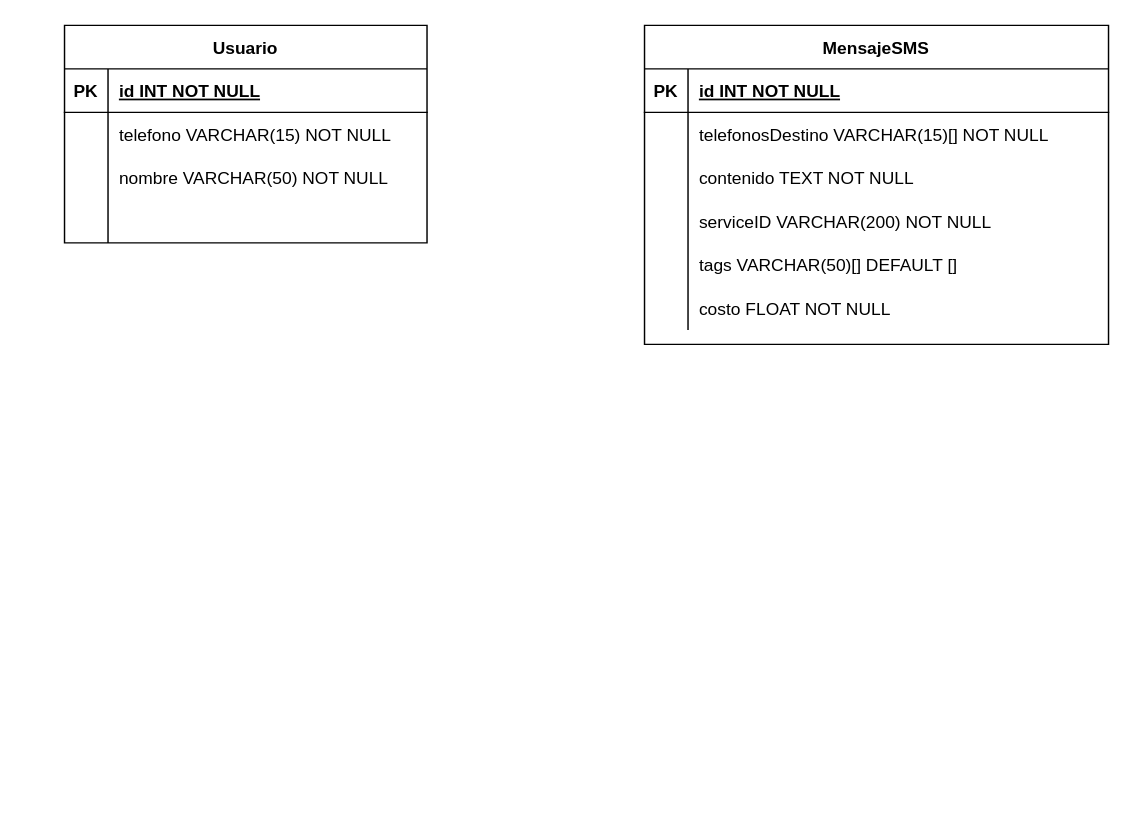
This is draw.io/TablasAxel.drawio from drakuno/diagramas-patitas, a draw.io file, before an edit. Source tidied: cells renumbered, new cells numbered last; positions are measured from the earlier drawing's top-left corner, leaving out a move shared by most shapes. Both pictures are drawn from the tidied source at 145%, with x=0, y=0 at pixel (64, 25).
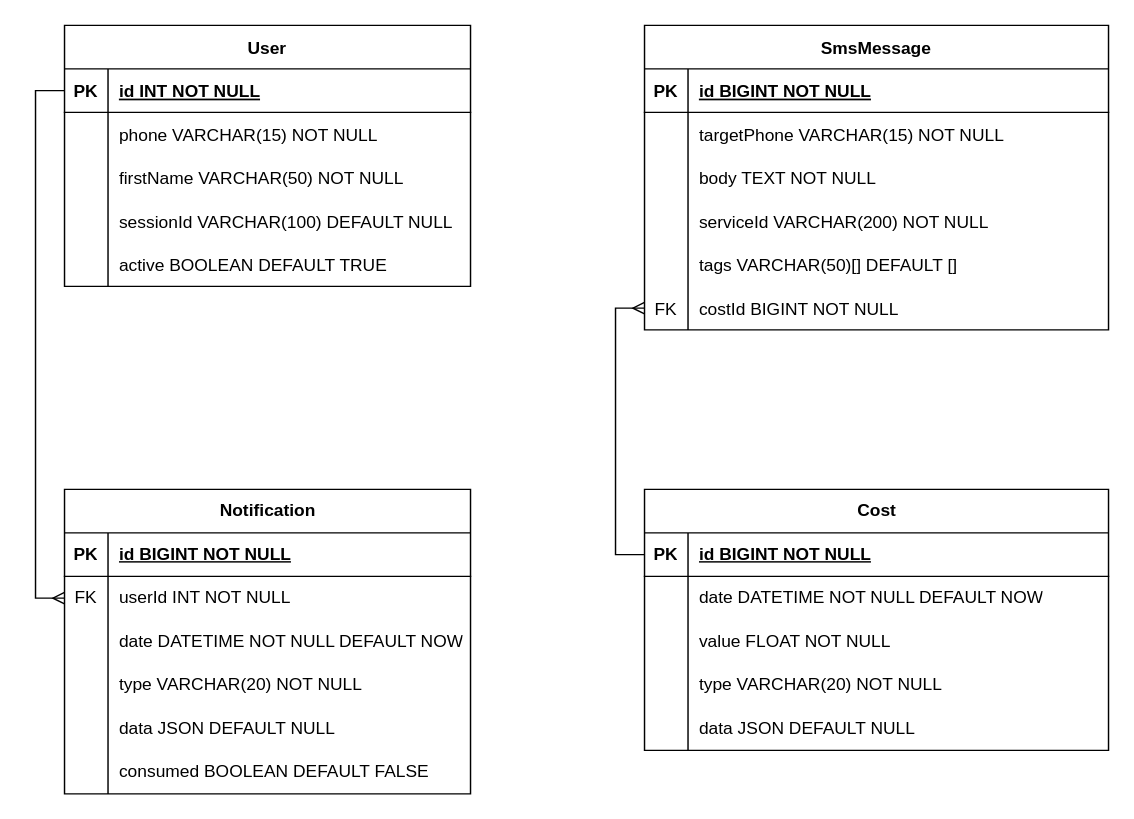
After the change.

Unchanged cells that the change refers to:
```xml
<mxCell id="3" style="shape=partialRectangle;fillColor=none;top=0;left=0;right=0;bottom=1;" parent="2" vertex="1">
  <mxGeometry y="30" width="320" height="30" as="geometry" />
</mxCell>
<mxCell id="6" style="shape=partialRectangle;fillColor=none;top=0;left=0;right=0;bottom=0;" parent="2" vertex="1">
  <mxGeometry y="60" width="320" height="30" as="geometry" />
</mxCell>
<mxCell id="9" style="shape=partialRectangle;fillColor=none;top=0;left=0;right=0;bottom=0;" parent="2" vertex="1">
  <mxGeometry y="90" width="320" height="30" as="geometry" />
</mxCell>
<mxCell id="12" style="shape=partialRectangle;fillColor=none;top=0;left=0;right=0;bottom=0;" parent="2" vertex="1">
  <mxGeometry y="120" width="320" height="30" as="geometry" />
</mxCell>
<mxCell id="18" style="shape=partialRectangle;fillColor=none;points=[[0,0.5],[1,0.5]];portConstraint=eastwest;top=0;left=0;right=0;bottom=0;" parent="2" vertex="1">
  <mxGeometry y="180" width="320" height="30" as="geometry" />
</mxCell>
```

Change to the diagram source:
```diff
@@
-    <mxCell id="2" value="MensajeSMS" style="shape=table;startSize=30;childLayout=tableLayout;rowLines=0;fontStyle=1;align=center;" parent="1" vertex="1">
-      <mxGeometry x="400" width="320" height="220" as="geometry" />
+    <mxCell id="2" value="SmsMessage" style="shape=table;startSize=30;childLayout=tableLayout;rowLines=0;fontStyle=1;align=center;" parent="1" vertex="1">
+      <mxGeometry x="400" width="320" height="210" as="geometry" />
     </mxCell>
@@
-    <mxCell id="5" value="id INT NOT NULL" style="shape=partialRectangle;overflow=hidden;fillColor=none;top=0;left=0;bottom=0;right=0;align=left;spacingLeft=6;fontStyle=5;" parent="3" vertex="1">
+    <mxCell id="5" value="id BIGINT NOT NULL" style="shape=partialRectangle;overflow=hidden;fillColor=none;top=0;left=0;bottom=0;right=0;align=left;spacingLeft=6;fontStyle=5;" parent="3" vertex="1">
       <mxGeometry x="30" width="290" height="30" as="geometry" />
     </mxCell>
@@
-    <mxCell id="8" value="telefonosDestino VARCHAR(15)[] NOT NULL" style="shape=partialRectangle;overflow=hidden;fillColor=none;top=0;left=0;bottom=0;right=0;align=left;spacingLeft=6;" parent="6" vertex="1">
+    <mxCell id="8" value="targetPhone VARCHAR(15) NOT NULL" style="shape=partialRectangle;overflow=hidden;fillColor=none;top=0;left=0;bottom=0;right=0;align=left;spacingLeft=6;" parent="6" vertex="1">
       <mxGeometry x="30" width="290" height="30" as="geometry" />
     </mxCell>
@@
-    <mxCell id="11" value="contenido TEXT NOT NULL" style="shape=partialRectangle;overflow=hidden;fillColor=none;top=0;left=0;bottom=0;right=0;align=left;spacingLeft=6;" parent="9" vertex="1">
+    <mxCell id="11" value="body TEXT NOT NULL" style="shape=partialRectangle;overflow=hidden;fillColor=none;top=0;left=0;bottom=0;right=0;align=left;spacingLeft=6;" parent="9" vertex="1">
       <mxGeometry x="30" width="290" height="30" as="geometry" />
     </mxCell>
@@
-    <mxCell id="14" value="serviceID VARCHAR(200) NOT NULL" style="shape=partialRectangle;overflow=hidden;fillColor=none;top=0;left=0;bottom=0;right=0;align=left;spacingLeft=6;" parent="12" vertex="1">
+    <mxCell id="14" value="serviceId VARCHAR(200) NOT NULL" style="shape=partialRectangle;overflow=hidden;fillColor=none;top=0;left=0;bottom=0;right=0;align=left;spacingLeft=6;" parent="12" vertex="1">
       <mxGeometry x="30" width="290" height="30" as="geometry" />
     </mxCell>
@@
-    <mxCell id="19" style="shape=partialRectangle;overflow=hidden;fillColor=none;top=0;left=0;bottom=0;right=0;" parent="18" vertex="1">
-      <mxGeometry width="30" height="30" as="geometry" />
-    </mxCell>
-    <mxCell id="20" value="costo FLOAT NOT NULL" style="shape=partialRectangle;overflow=hidden;fillColor=none;top=0;left=0;bottom=0;right=0;align=left;spacingLeft=6;" parent="18" vertex="1">
-      <mxGeometry x="30" width="290" height="30" as="geometry" />
-    </mxCell>
+    <mxCell id="34" value="FK" style="shape=partialRectangle;overflow=hidden;fillColor=none;top=0;left=0;bottom=0;right=0;" parent="18" vertex="1">
+      <mxGeometry width="30" height="30" as="geometry" />
+    </mxCell>
+    <mxCell id="35" value="costId BIGINT NOT NULL" style="shape=partialRectangle;overflow=hidden;fillColor=none;top=0;left=0;bottom=0;right=0;align=left;spacingLeft=6;" parent="18" vertex="1">
+      <mxGeometry x="30" width="290" height="30" as="geometry" />
+    </mxCell>
-    <mxCell id="21" value="Usuario" style="shape=table;startSize=30;childLayout=tableLayout;rowLines=0;fontStyle=1;align=center;columnLines=1;swimlaneFillColor=none;" parent="1" vertex="1">
-      <mxGeometry width="250" height="150" as="geometry" />
+    <mxCell id="21" value="User" style="shape=table;startSize=30;childLayout=tableLayout;rowLines=0;fontStyle=1;align=center;columnLines=1;swimlaneFillColor=none;" parent="1" vertex="1">
+      <mxGeometry width="280" height="180" as="geometry" />
     </mxCell>
     <mxCell id="22" style="shape=partialRectangle;fillColor=none;points=[[0,0.5],[1,0.5]];portConstraint=eastwest;top=0;left=0;right=0;bottom=1;" parent="21" vertex="1">
-      <mxGeometry y="30" width="250" height="30" as="geometry" />
+      <mxGeometry y="30" width="280" height="30" as="geometry" />
     </mxCell>
@@
     <mxCell id="24" value="id INT NOT NULL" style="shape=partialRectangle;overflow=hidden;fillColor=none;top=0;left=0;bottom=0;right=0;align=left;spacingLeft=6;fontStyle=5;" parent="22" vertex="1">
-      <mxGeometry x="30" width="220" height="30" as="geometry" />
+      <mxGeometry x="30" width="250" height="30" as="geometry" />
     </mxCell>
     <mxCell id="25" style="shape=partialRectangle;fillColor=none;top=0;left=0;right=0;bottom=0;" parent="21" vertex="1">
-      <mxGeometry y="60" width="250" height="30" as="geometry" />
+      <mxGeometry y="60" width="280" height="30" as="geometry" />
     </mxCell>
@@
-    <mxCell id="27" value="telefono VARCHAR(15) NOT NULL" style="shape=partialRectangle;overflow=hidden;fillColor=none;top=0;left=0;bottom=0;right=0;align=left;spacingLeft=6;" parent="25" vertex="1">
-      <mxGeometry x="30" width="220" height="30" as="geometry" />
+    <mxCell id="27" value="phone VARCHAR(15) NOT NULL" style="shape=partialRectangle;overflow=hidden;fillColor=none;top=0;left=0;bottom=0;right=0;align=left;spacingLeft=6;" parent="25" vertex="1">
+      <mxGeometry x="30" width="250" height="30" as="geometry" />
     </mxCell>
     <mxCell id="28" style="shape=partialRectangle;fillColor=none;top=0;left=0;right=0;bottom=0;" parent="21" vertex="1">
-      <mxGeometry y="90" width="250" height="30" as="geometry" />
+      <mxGeometry y="90" width="280" height="30" as="geometry" />
     </mxCell>
@@
-    <mxCell id="30" value="nombre VARCHAR(50) NOT NULL" style="shape=partialRectangle;overflow=hidden;fillColor=none;top=0;left=0;bottom=0;right=0;align=left;spacingLeft=6;" parent="28" vertex="1">
-      <mxGeometry x="30" width="220" height="30" as="geometry" />
+    <mxCell id="30" value="firstName VARCHAR(50) NOT NULL" style="shape=partialRectangle;overflow=hidden;fillColor=none;top=0;left=0;bottom=0;right=0;align=left;spacingLeft=6;" parent="28" vertex="1">
+      <mxGeometry x="30" width="250" height="30" as="geometry" />
     </mxCell>
     <mxCell id="31" style="shape=partialRectangle;fillColor=none;top=0;left=0;right=0;bottom=0;" parent="21" vertex="1">
-      <mxGeometry y="120" width="250" height="30" as="geometry" />
+      <mxGeometry y="120" width="280" height="30" as="geometry" />
     </mxCell>
@@
-    <mxCell id="33" style="shape=partialRectangle;overflow=hidden;fillColor=none;top=0;left=0;bottom=0;right=0;align=left;spacingLeft=6;" parent="31" vertex="1">
-      <mxGeometry x="30" width="220" height="30" as="geometry" />
+    <mxCell id="33" value="sessionId VARCHAR(100) DEFAULT NULL" style="shape=partialRectangle;overflow=hidden;fillColor=none;top=0;left=0;bottom=0;right=0;align=left;spacingLeft=6;" parent="31" vertex="1">
+      <mxGeometry x="30" width="250" height="30" as="geometry" />
     </mxCell>
+    <mxCell id="36" style="shape=partialRectangle;fillColor=none;top=0;left=0;right=0;bottom=0;" parent="21" vertex="1">
+      <mxGeometry y="150" width="280" height="30" as="geometry" />
+    </mxCell>
+    <mxCell id="19" style="shape=partialRectangle;overflow=hidden;fillColor=none;top=0;left=0;bottom=0;right=0;" parent="36" vertex="1">
+      <mxGeometry width="30" height="30" as="geometry" />
+    </mxCell>
+    <mxCell id="37" value="active BOOLEAN DEFAULT TRUE" style="shape=partialRectangle;overflow=hidden;fillColor=none;top=0;left=0;bottom=0;right=0;align=left;spacingLeft=6;" parent="36" vertex="1">
+      <mxGeometry x="30" width="250" height="30" as="geometry" />
+    </mxCell>
+    <mxCell id="38" value="Notification" style="shape=table;startSize=30;childLayout=tableLayout;rowLines=0;fontStyle=1;align=center;html=1;" parent="1" vertex="1">
+      <mxGeometry y="320" width="280" height="210" as="geometry" />
+    </mxCell>
+    <mxCell id="39" style="shape=tableRow;horizontal=0;startSize=0;swimlaneHead=0;swimlaneBody=0;fillColor=none;top=0;left=0;right=0;bottom=1;" parent="38" vertex="1">
+      <mxGeometry y="30" width="280" height="30" as="geometry" />
+    </mxCell>
+    <mxCell id="40" value="PK" style="shape=partialRectangle;fillColor=none;top=0;left=0;bottom=0;right=0;fontStyle=1;overflow=hidden;whiteSpace=wrap;html=1;" parent="39" vertex="1">
+      <mxGeometry width="30" height="30" as="geometry" />
+    </mxCell>
+    <mxCell id="41" value="id BIGINT NOT NULL" style="shape=partialRectangle;fillColor=none;top=0;left=0;bottom=0;right=0;align=left;spacingLeft=6;fontStyle=5;overflow=hidden;whiteSpace=wrap;html=1;" parent="39" vertex="1">
+      <mxGeometry x="30" width="250" height="30" as="geometry" />
+    </mxCell>
+    <mxCell id="42" style="shape=tableRow;horizontal=0;startSize=0;swimlaneHead=0;swimlaneBody=0;fillColor=none;points=[[0,0.5],[1,0.5]];portConstraint=eastwest;top=0;left=0;right=0;bottom=0;" parent="38" vertex="1">
+      <mxGeometry y="60" width="280" height="30" as="geometry" />
+    </mxCell>
+    <mxCell id="43" value="FK" style="shape=partialRectangle;fillColor=none;top=0;left=0;bottom=0;right=0;overflow=hidden;whiteSpace=wrap;html=1;" parent="42" vertex="1">
+      <mxGeometry width="30" height="30" as="geometry" />
+    </mxCell>
+    <mxCell id="44" value="userId INT NOT NULL" style="shape=partialRectangle;fillColor=none;top=0;left=0;bottom=0;right=0;align=left;spacingLeft=6;overflow=hidden;whiteSpace=wrap;html=1;" parent="42" vertex="1">
+      <mxGeometry x="30" width="250" height="30" as="geometry" />
+    </mxCell>
+    <mxCell id="45" style="shape=tableRow;horizontal=0;startSize=0;swimlaneHead=0;swimlaneBody=0;fillColor=none;top=0;left=0;right=0;bottom=0;" parent="38" vertex="1">
+      <mxGeometry y="90" width="280" height="30" as="geometry" />
+    </mxCell>
+    <mxCell id="46" style="shape=partialRectangle;fillColor=none;top=0;left=0;bottom=0;right=0;overflow=hidden;whiteSpace=wrap;html=1;" parent="45" vertex="1">
+      <mxGeometry width="30" height="30" as="geometry" />
+    </mxCell>
+    <mxCell id="47" value="date DATETIME NOT NULL DEFAULT NOW" style="shape=partialRectangle;fillColor=none;top=0;left=0;bottom=0;right=0;align=left;spacingLeft=6;overflow=hidden;whiteSpace=wrap;html=1;" parent="45" vertex="1">
+      <mxGeometry x="30" width="250" height="30" as="geometry" />
+    </mxCell>
+    <mxCell id="48" style="shape=tableRow;horizontal=0;startSize=0;swimlaneHead=0;swimlaneBody=0;fillColor=none;top=0;left=0;right=0;bottom=0;" parent="38" vertex="1">
+      <mxGeometry y="120" width="280" height="30" as="geometry" />
+    </mxCell>
+    <mxCell id="49" style="shape=partialRectangle;fillColor=none;top=0;left=0;bottom=0;right=0;overflow=hidden;whiteSpace=wrap;html=1;" parent="48" vertex="1">
+      <mxGeometry width="30" height="30" as="geometry" />
+    </mxCell>
+    <mxCell id="50" value="type VARCHAR(20) NOT NULL" style="shape=partialRectangle;fillColor=none;top=0;left=0;bottom=0;right=0;align=left;spacingLeft=6;overflow=hidden;whiteSpace=wrap;html=1;" parent="48" vertex="1">
+      <mxGeometry x="30" width="250" height="30" as="geometry" />
+    </mxCell>
+    <mxCell id="51" style="shape=tableRow;horizontal=0;startSize=0;swimlaneHead=0;swimlaneBody=0;fillColor=none;top=0;left=0;right=0;bottom=0;" parent="38" vertex="1">
+      <mxGeometry y="150" width="280" height="30" as="geometry" />
+    </mxCell>
+    <mxCell id="52" style="shape=partialRectangle;fillColor=none;top=0;left=0;bottom=0;right=0;overflow=hidden;whiteSpace=wrap;html=1;" parent="51" vertex="1">
+      <mxGeometry width="30" height="30" as="geometry" />
+    </mxCell>
+    <mxCell id="53" value="data JSON DEFAULT NULL" style="shape=partialRectangle;fillColor=none;top=0;left=0;bottom=0;right=0;align=left;spacingLeft=6;overflow=hidden;whiteSpace=wrap;html=1;" parent="51" vertex="1">
+      <mxGeometry x="30" width="250" height="30" as="geometry" />
+    </mxCell>
+    <mxCell id="54" style="shape=tableRow;horizontal=0;startSize=0;swimlaneHead=0;swimlaneBody=0;fillColor=none;top=0;left=0;right=0;bottom=0;" parent="38" vertex="1">
+      <mxGeometry y="180" width="280" height="30" as="geometry" />
+    </mxCell>
+    <mxCell id="55" style="shape=partialRectangle;fillColor=none;top=0;left=0;bottom=0;right=0;overflow=hidden;whiteSpace=wrap;html=1;" parent="54" vertex="1">
+      <mxGeometry width="30" height="30" as="geometry" />
+    </mxCell>
+    <mxCell id="56" value="consumed BOOLEAN DEFAULT FALSE" style="shape=partialRectangle;fillColor=none;top=0;left=0;bottom=0;right=0;align=left;spacingLeft=6;overflow=hidden;whiteSpace=wrap;html=1;" parent="54" vertex="1">
+      <mxGeometry x="30" width="250" height="30" as="geometry" />
+    </mxCell>
+    <mxCell id="57" style="edgeStyle=orthogonalEdgeStyle;rounded=0;jettySize=auto;html=1;entryX=0;entryY=0.5;entryDx=0;entryDy=0;endArrow=none;startFill=0;startArrow=ERmany;" parent="1" edge="1" source="42" target="22">
+      <mxGeometry relative="1" as="geometry" />
+    </mxCell>
+    <mxCell id="58" value="Cost" style="shape=table;startSize=30;childLayout=tableLayout;rowLines=0;fontStyle=1;align=center;html=1;" parent="1" vertex="1">
+      <mxGeometry x="400" y="320" width="320" height="180" as="geometry" />
+    </mxCell>
+    <mxCell id="59" style="shape=tableRow;horizontal=0;startSize=0;swimlaneHead=0;swimlaneBody=0;fillColor=none;points=[[0,0.5],[1,0.5]];portConstraint=eastwest;top=0;left=0;right=0;bottom=1;" parent="58" vertex="1">
+      <mxGeometry y="30" width="320" height="30" as="geometry" />
+    </mxCell>
+    <mxCell id="60" value="PK" style="shape=partialRectangle;fillColor=none;top=0;left=0;bottom=0;right=0;fontStyle=1;overflow=hidden;whiteSpace=wrap;html=1;" parent="59" vertex="1">
+      <mxGeometry width="30" height="30" as="geometry" />
+    </mxCell>
+    <mxCell id="61" value="id BIGINT NOT NULL" style="shape=partialRectangle;fillColor=none;top=0;left=0;bottom=0;right=0;align=left;spacingLeft=6;fontStyle=5;overflow=hidden;whiteSpace=wrap;html=1;" parent="59" vertex="1">
+      <mxGeometry x="30" width="290" height="30" as="geometry" />
+    </mxCell>
+    <mxCell id="62" style="shape=tableRow;horizontal=0;startSize=0;swimlaneHead=0;swimlaneBody=0;fillColor=none;top=0;left=0;right=0;bottom=0;" parent="58" vertex="1">
+      <mxGeometry y="60" width="320" height="30" as="geometry" />
+    </mxCell>
+    <mxCell id="63" style="shape=partialRectangle;fillColor=none;top=0;left=0;bottom=0;right=0;overflow=hidden;whiteSpace=wrap;html=1;" parent="62" vertex="1">
+      <mxGeometry width="30" height="30" as="geometry" />
+    </mxCell>
+    <mxCell id="64" value="date DATETIME NOT NULL DEFAULT NOW" style="shape=partialRectangle;fillColor=none;top=0;left=0;bottom=0;right=0;align=left;spacingLeft=6;overflow=hidden;whiteSpace=wrap;html=1;" parent="62" vertex="1">
+      <mxGeometry x="30" width="290" height="30" as="geometry" />
+    </mxCell>
+    <mxCell id="65" style="shape=tableRow;horizontal=0;startSize=0;swimlaneHead=0;swimlaneBody=0;fillColor=none;top=0;left=0;right=0;bottom=0;" parent="58" vertex="1">
+      <mxGeometry y="90" width="320" height="30" as="geometry" />
+    </mxCell>
+    <mxCell id="66" style="shape=partialRectangle;fillColor=none;top=0;left=0;bottom=0;right=0;overflow=hidden;whiteSpace=wrap;html=1;" parent="65" vertex="1">
+      <mxGeometry width="30" height="30" as="geometry" />
+    </mxCell>
+    <mxCell id="67" value="value FLOAT NOT NULL" style="shape=partialRectangle;fillColor=none;top=0;left=0;bottom=0;right=0;align=left;spacingLeft=6;overflow=hidden;whiteSpace=wrap;html=1;" parent="65" vertex="1">
+      <mxGeometry x="30" width="290" height="30" as="geometry" />
+    </mxCell>
+    <mxCell id="68" style="shape=tableRow;horizontal=0;startSize=0;swimlaneHead=0;swimlaneBody=0;fillColor=none;top=0;left=0;right=0;bottom=0;" parent="58" vertex="1">
+      <mxGeometry y="120" width="320" height="30" as="geometry" />
+    </mxCell>
+    <mxCell id="69" style="shape=partialRectangle;fillColor=none;top=0;left=0;bottom=0;right=0;overflow=hidden;whiteSpace=wrap;html=1;" parent="68" vertex="1">
+      <mxGeometry width="30" height="30" as="geometry" />
+    </mxCell>
+    <mxCell id="70" value="type VARCHAR(20) NOT NULL" style="shape=partialRectangle;fillColor=none;top=0;left=0;bottom=0;right=0;align=left;spacingLeft=6;overflow=hidden;whiteSpace=wrap;html=1;" parent="68" vertex="1">
+      <mxGeometry x="30" width="290" height="30" as="geometry" />
+    </mxCell>
+    <mxCell id="71" style="shape=tableRow;horizontal=0;startSize=0;swimlaneHead=0;swimlaneBody=0;fillColor=none;top=0;left=0;right=0;bottom=0;" parent="58" vertex="1">
+      <mxGeometry y="150" width="320" height="30" as="geometry" />
+    </mxCell>
+    <mxCell id="72" style="shape=partialRectangle;fillColor=none;top=0;left=0;bottom=0;right=0;overflow=hidden;whiteSpace=wrap;html=1;" parent="71" vertex="1">
+      <mxGeometry width="30" height="30" as="geometry" />
+    </mxCell>
+    <mxCell id="73" value="data JSON DEFAULT NULL" style="shape=partialRectangle;fillColor=none;top=0;left=0;bottom=0;right=0;align=left;spacingLeft=6;overflow=hidden;whiteSpace=wrap;html=1;" parent="71" vertex="1">
+      <mxGeometry x="30" width="290" height="30" as="geometry" />
+    </mxCell>
+    <mxCell id="74" style="edgeStyle=orthogonalEdgeStyle;rounded=0;jettySize=auto;html=1;entryX=0;entryY=0.5;entryDx=0;entryDy=0;endArrow=ERmany;endFill=0;" parent="1" edge="1" source="59" target="18">
+      <mxGeometry relative="1" as="geometry">
+        <Array as="points">
+          <mxPoint x="380" y="365" />
+          <mxPoint x="380" y="195" />
+        </Array>
+      </mxGeometry>
+    </mxCell>
```
